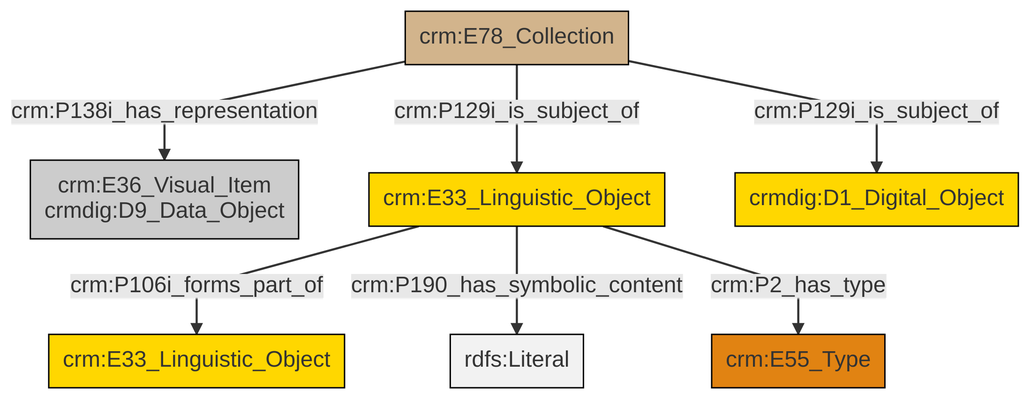
The Mermaid diagram et/archivalCSV/ttl/mmd/png/archival_docs.png in swiss-art-research-net/docs.swissartresearch, before a commit. Its source is kept beside it as et/archivalCSV/ttl/mmd/archival_docs.ttl.mmd.
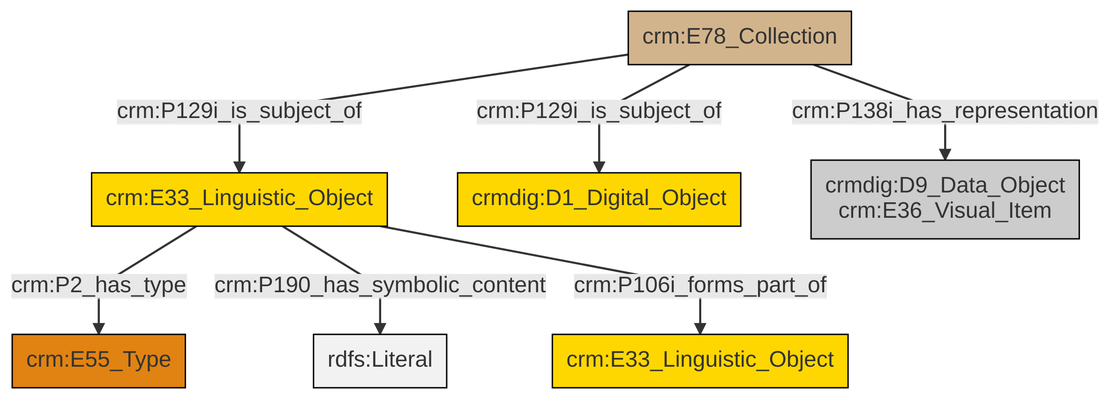
After the change.

Change to the diagram source:
```diff
@@ -13,9 +13,9 @@
 classDef PC_Classes fill:#4ce600, stroke:#000000;
 classDef Multi fill:#cccccc,stroke:#000000;
 
-6["crm:E78_Collection"]:::Physical_Thing -->|crm:P129i_is_subject_of| 4["crm:E33_Linguistic_Object"]:::Conceptual_Object
-4["crm:E33_Linguistic_Object"]:::Conceptual_Object -->|crm:P106i_forms_part_of| 2["crm:E33_Linguistic_Object"]:::Conceptual_Object
-6["crm:E78_Collection"]:::Physical_Thing -->|crm:P129i_is_subject_of| 7["crmdig:D1_Digital_Object"]:::Conceptual_Object
-6["crm:E78_Collection"]:::Physical_Thing -->|crm:P138i_has_representation| 0["crm:E36_Visual_Item<br>crmdig:D9_Data_Object"]:::Multi
-4["crm:E33_Linguistic_Object"]:::Conceptual_Object -->|crm:P190_has_symbolic_content| 14[rdfs:Literal]:::Literal
-4["crm:E33_Linguistic_Object"]:::Conceptual_Object -->|crm:P2_has_type| 8["crm:E55_Type"]:::Type
+0["crm:E78_Collection"]:::Physical_Thing -->|crm:P129i_is_subject_of| 1["crm:E33_Linguistic_Object"]:::Conceptual_Object
+1["crm:E33_Linguistic_Object"]:::Conceptual_Object -->|crm:P2_has_type| 5["crm:E55_Type"]:::Type
+0["crm:E78_Collection"]:::Physical_Thing -->|crm:P138i_has_representation| 9["crmdig:D9_Data_Object<br>crm:E36_Visual_Item"]:::Multi
+1["crm:E33_Linguistic_Object"]:::Conceptual_Object -->|crm:P190_has_symbolic_content| 11[rdfs:Literal]:::Literal
+1["crm:E33_Linguistic_Object"]:::Conceptual_Object -->|crm:P106i_forms_part_of| 7["crm:E33_Linguistic_Object"]:::Conceptual_Object
+0["crm:E78_Collection"]:::Physical_Thing -->|crm:P129i_is_subject_of| 2["crmdig:D1_Digital_Object"]:::Conceptual_Object
```
